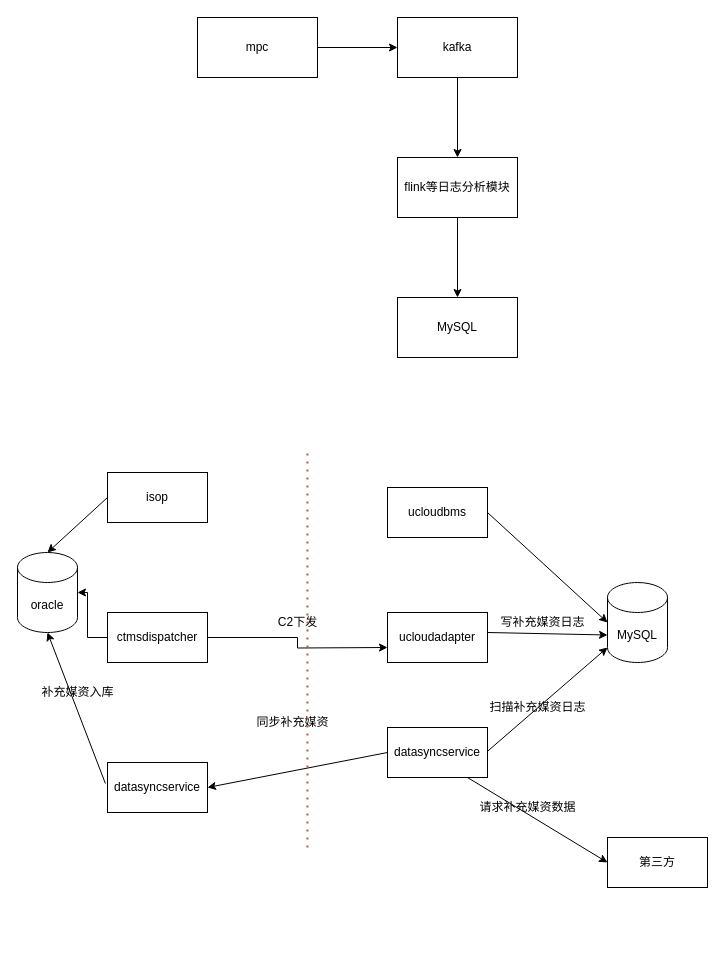
Above: 日志分析dess.drawio in utscgeorge/processitemtest (draw.io), before the change. Source tidied: cells renumbered, new cells numbered last; positions are measured from the earlier drawing's top-left corner, leaving out a move shared by most shapes. Both pictures are drawn from the tidied source at 100%, with x=0, y=0 at pixel (17, 17).
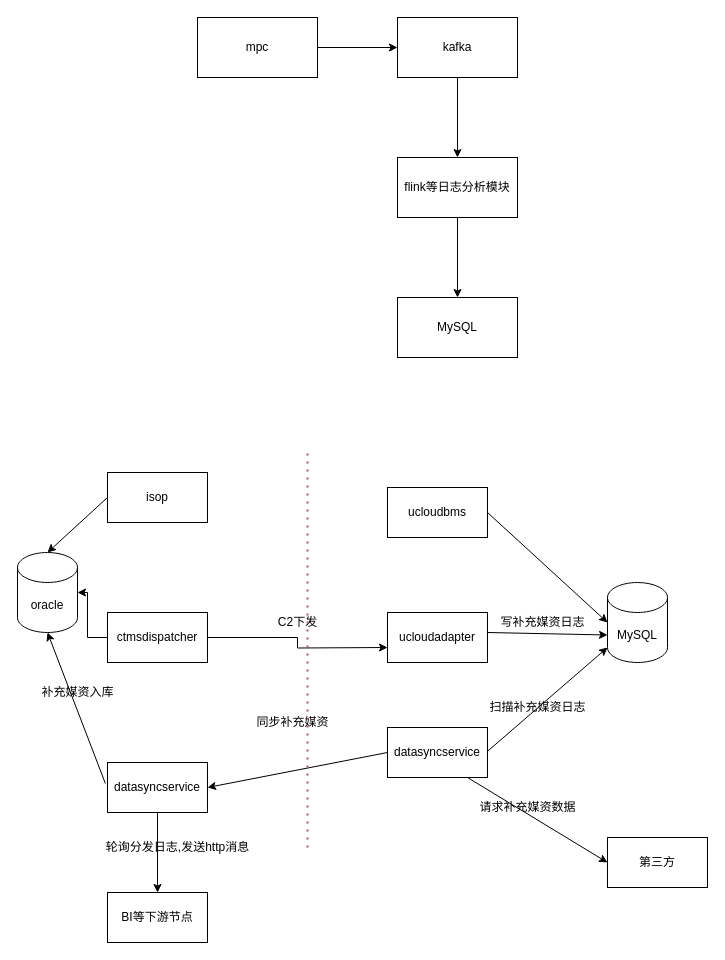
Above is the later version.

The change refers to these unchanged cells:
```xml
<mxCell id="28" value="datasyncservice" style="whiteSpace=wrap;html=1;" parent="1" vertex="1">
  <mxGeometry x="90" y="745" width="100" height="50" as="geometry" />
</mxCell>
```

Change to the diagram source:
```diff
@@
+    <mxCell id="34" style="edgeStyle=orthogonalEdgeStyle;rounded=0;jettySize=auto;html=1;" parent="1" edge="1" source="28" target="35">
+      <mxGeometry relative="1" as="geometry" />
+    </mxCell>
@@
+    <mxCell id="35" value="BI等下游节点" style="whiteSpace=wrap;html=1;" parent="1" vertex="1">
+      <mxGeometry x="90" y="875" width="100" height="50" as="geometry" />
+    </mxCell>
+    <mxCell id="36" value="轮询分发日志,发送http消息" style="text;html=1;align=center;verticalAlign=middle;strokeColor=none;" parent="1" vertex="1">
+      <mxGeometry x="80" y="820" width="160" height="20" as="geometry" />
+    </mxCell>
```
